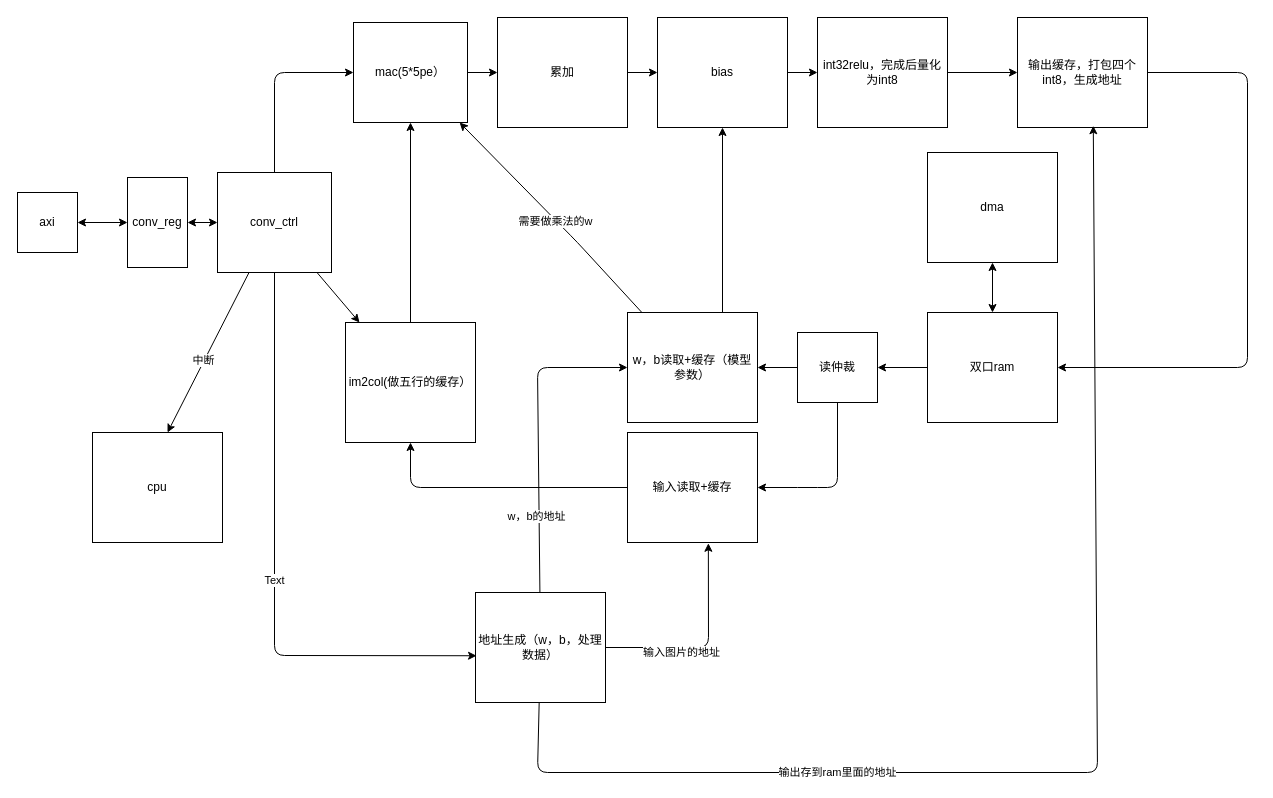
Before: conv架构.drawio in ssssss-dot/soc_learning, a draw.io diagram. Source tidied: cells renumbered, new cells numbered last; positions are measured from the earlier drawing's top-left corner, leaving out a move shared by most shapes. Both pictures are drawn from the tidied source at 100%, with x=0, y=0 at pixel (17, 17).
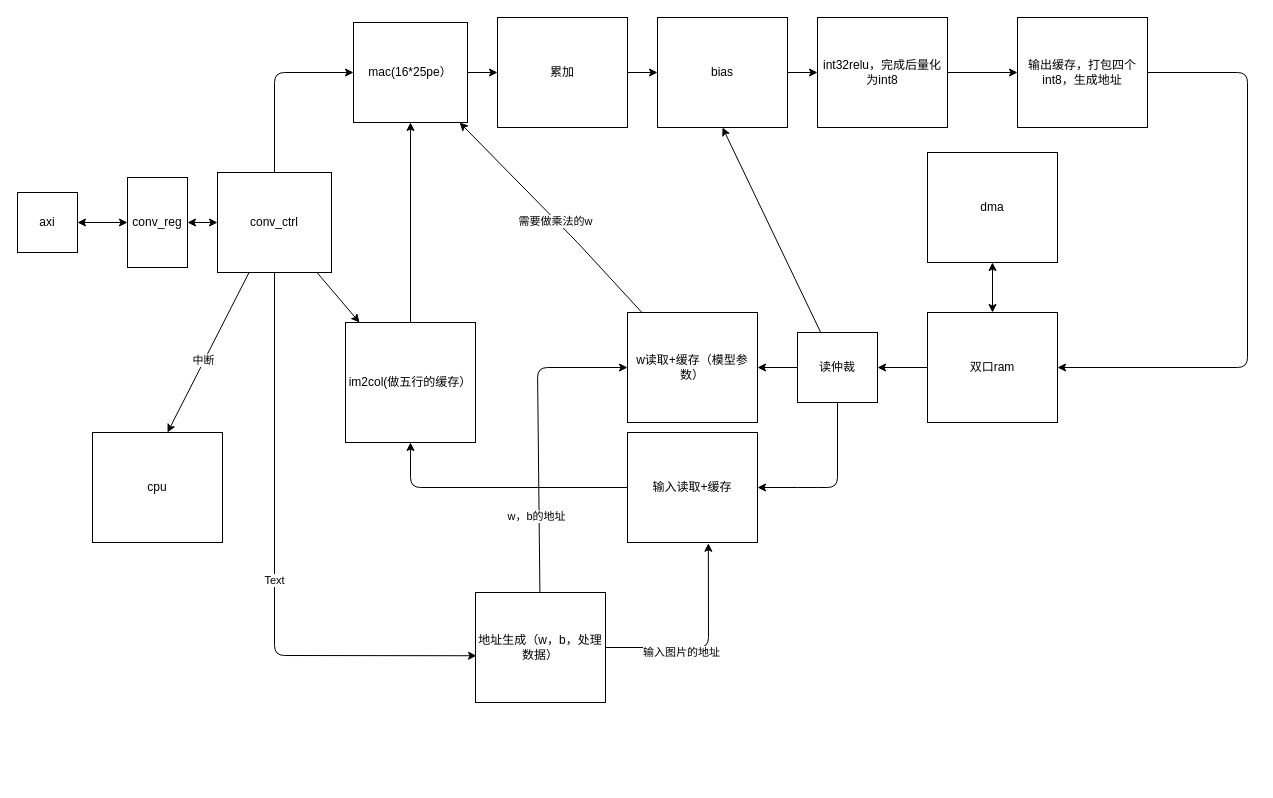
The same diagram, later.

The change refers to these unchanged cells:
```xml
<mxCell id="29" value="输出缓存，打包四个int8，生成地址" style="rounded=0;whiteSpace=wrap;html=1;" parent="1" vertex="1">
  <mxGeometry x="1000" width="130" height="110" as="geometry" />
</mxCell>
<mxCell id="31" value="bias" style="rounded=0;whiteSpace=wrap;html=1;" parent="1" vertex="1">
  <mxGeometry x="640" width="130" height="110" as="geometry" />
</mxCell>
<mxCell id="36" value="读仲裁" style="rounded=0;whiteSpace=wrap;html=1;" parent="1" vertex="1">
  <mxGeometry x="780" y="315" width="80" height="70" as="geometry" />
</mxCell>
<mxCell id="39" value="地址生成（w，b，处理数据）" style="rounded=0;whiteSpace=wrap;html=1;" parent="1" vertex="1">
  <mxGeometry x="458" y="575" width="130" height="110" as="geometry" />
</mxCell>
```

Diff of the diagram source:
```diff
@@
-    <mxCell id="6" value="mac(5*5pe）" style="rounded=0;whiteSpace=wrap;html=1;" parent="1" vertex="1">
+    <mxCell id="6" value="mac(16*25pe）" style="rounded=0;whiteSpace=wrap;html=1;" parent="1" vertex="1">
       <mxGeometry x="336" y="5" width="114" height="100" as="geometry" />
     </mxCell>
@@
-    <mxCell id="23" style="edgeStyle=none;html=1;entryX=0.5;entryY=1;entryDx=0;entryDy=0;" parent="1" edge="1" source="24" target="31">
-      <mxGeometry relative="1" as="geometry">
-        <Array as="points">
-          <mxPoint x="705" y="295" />
-        </Array>
-      </mxGeometry>
-    </mxCell>
-    <mxCell id="24" value="w，b读取+缓存（模型参数）" style="rounded=0;whiteSpace=wrap;html=1;" parent="1" vertex="1">
+    <mxCell id="24" value="w读取+缓存（模型参数）" style="rounded=0;whiteSpace=wrap;html=1;" parent="1" vertex="1">
       <mxGeometry x="610" y="295" width="130" height="110" as="geometry" />
     </mxCell>
@@
+    <mxCell id="46" style="edgeStyle=none;html=1;entryX=0.5;entryY=1;entryDx=0;entryDy=0;" parent="1" edge="1" source="36" target="31">
+      <mxGeometry relative="1" as="geometry" />
+    </mxCell>
@@
-    <mxCell id="44" style="edgeStyle=none;html=1;entryX=0.583;entryY=0.984;entryDx=0;entryDy=0;entryPerimeter=0;" parent="1" edge="1" source="39" target="29">
-      <mxGeometry relative="1" as="geometry">
-        <Array as="points">
-          <mxPoint x="520" y="755" />
-          <mxPoint x="1080" y="755" />
-        </Array>
-      </mxGeometry>
-    </mxCell>
-    <mxCell id="45" value="输出存到ram里面的地址" style="edgeLabel;html=1;align=center;verticalAlign=middle;" parent="44" vertex="1">
-      <mxGeometry x="-0.42" y="1" relative="1" as="geometry" />
-    </mxCell>
```
